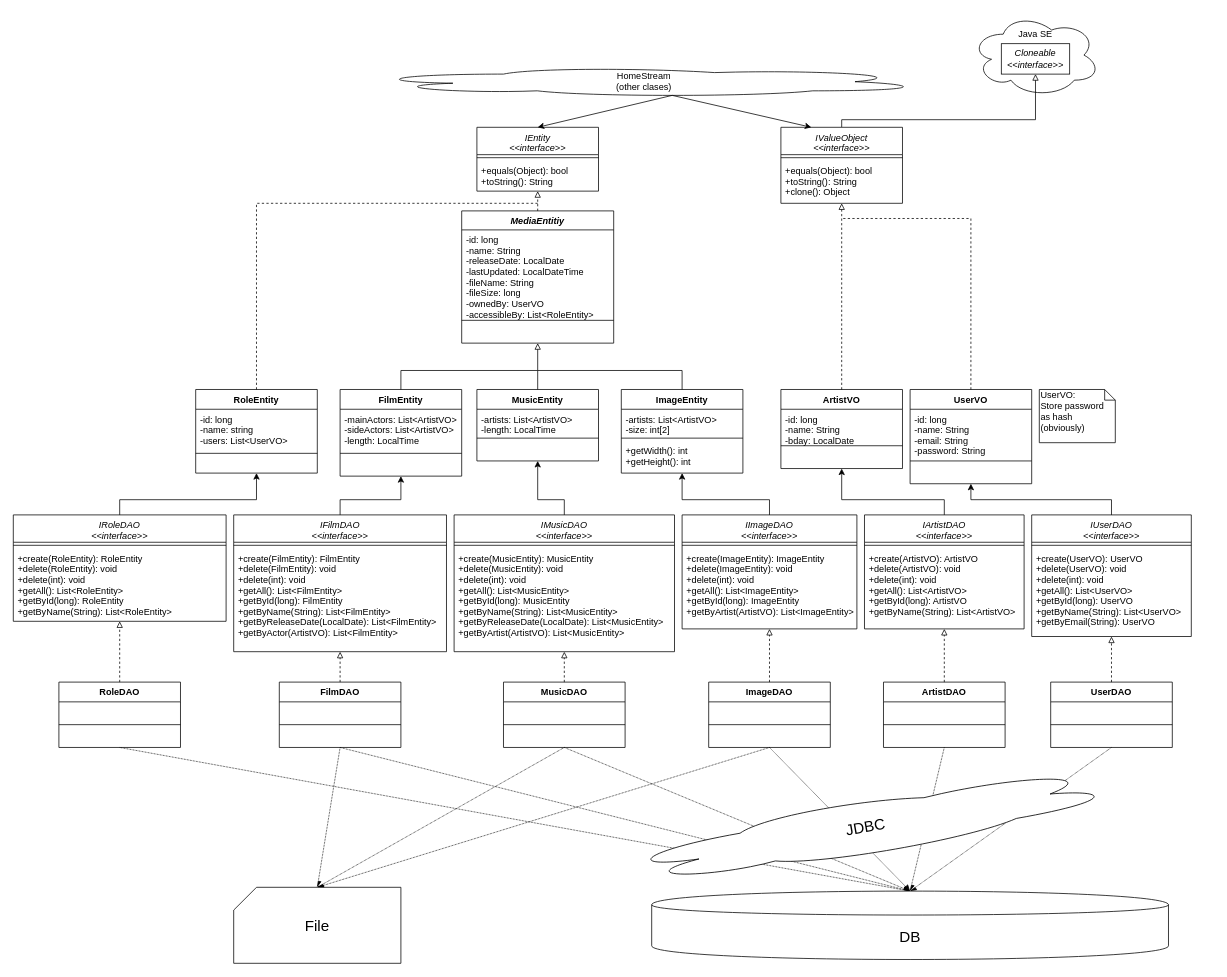
Above: tdoc/db/uml_layered_db.drawio in crashkid3000/HomeStream (draw.io), before the change. Source tidied: cells renumbered, new cells numbered last; positions are measured from the earlier drawing's top-left corner, leaving out a move shared by most shapes. Both pictures are drawn from the tidied source at 76%, with x=0, y=0 at pixel (13, 13).
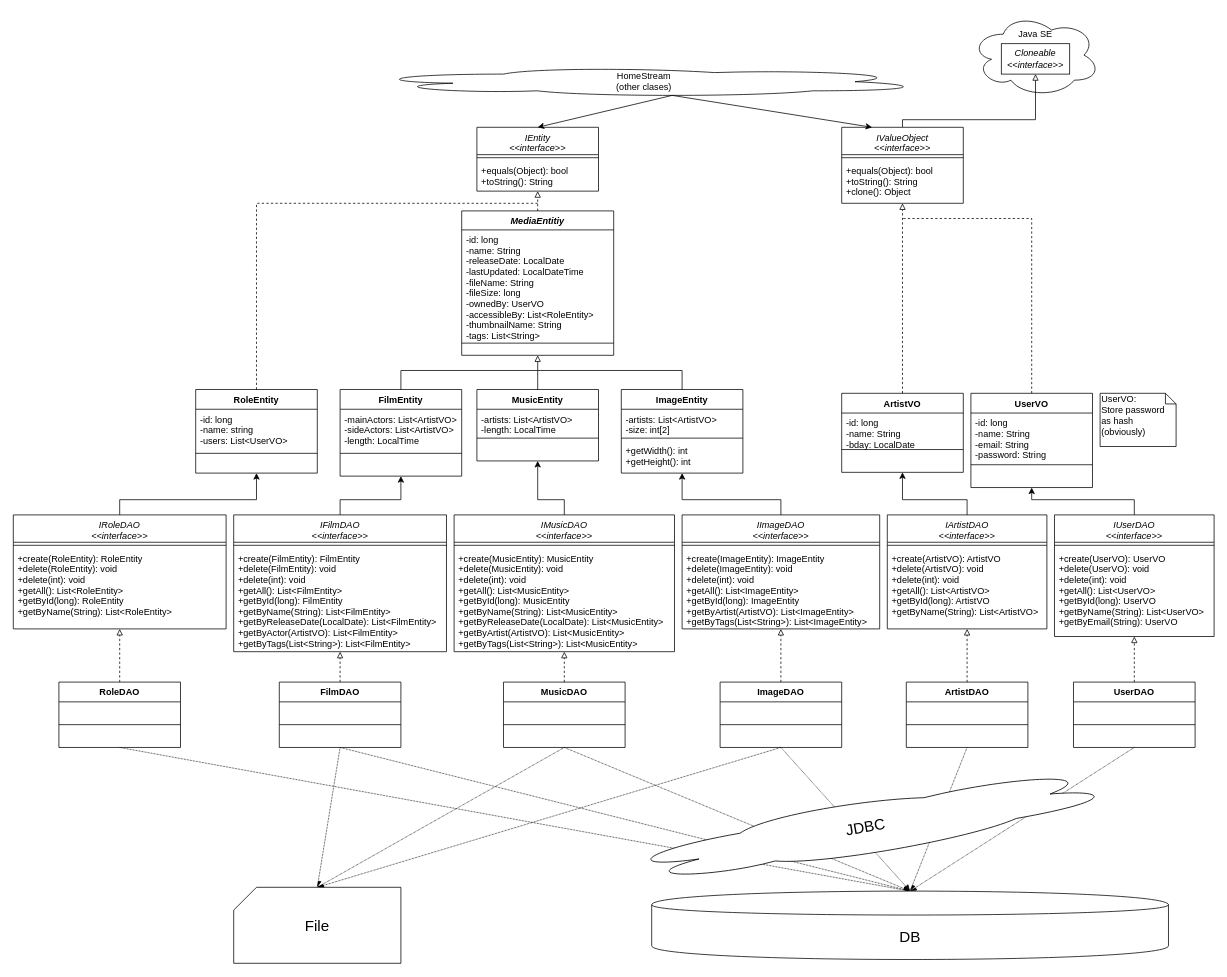
The same diagram, later.

Unchanged cells that the change refers to:
```xml
<mxCell id="8" value="&lt;div&gt;&lt;i&gt;Cloneable&lt;/i&gt;&lt;/div&gt;&lt;div&gt;&lt;i&gt;&amp;lt;&amp;lt;interface&amp;gt;&amp;gt;&lt;br&gt;&lt;/i&gt;&lt;/div&gt;" style="whiteSpace=wrap;html=1;gradientColor=none;glass=0;rounded=0;shadow=0;comic=0;" parent="1" vertex="1">
  <mxGeometry x="1300" y="40" width="90" height="40" as="geometry" />
</mxCell>
<mxCell id="31" value="ImageEntity" style="swimlane;fontStyle=1;align=center;verticalAlign=top;horizontal=1;startSize=26;rounded=0;shadow=0;glass=0;comic=0;gradientColor=none;" parent="1" vertex="1">
  <mxGeometry x="800" y="495" width="160" height="110" as="geometry" />
</mxCell>
<mxCell id="38" value="IFilmDAO&#10;&lt;&lt;interface&gt;&gt;&#10;" style="swimlane;fontStyle=2;align=center;verticalAlign=top;horizontal=1;startSize=36;rounded=0;shadow=0;glass=0;comic=0;gradientColor=none;" parent="1" vertex="1">
  <mxGeometry x="290" y="660" width="280" height="180" as="geometry" />
</mxCell>
<mxCell id="44" value="IMusicDAO&#10;&lt;&lt;interface&gt;&gt;&#10;" style="swimlane;fontStyle=2;align=center;verticalAlign=top;horizontal=1;startSize=36;rounded=0;shadow=0;glass=0;comic=0;gradientColor=none;" parent="1" vertex="1">
  <mxGeometry x="580" y="660" width="290" height="180" as="geometry" />
</mxCell>
```

Change to the diagram source:
```diff
@@
     <mxCell id="4" value="MediaEntitiy&#10;" style="swimlane;fontStyle=3;align=center;verticalAlign=top;horizontal=1;startSize=25;gradientColor=none;" parent="1" vertex="1">
-      <mxGeometry x="590" y="260" width="200" height="174" as="geometry" />
+      <mxGeometry x="590" y="260" width="200" height="190" as="geometry" />
     </mxCell>
-    <mxCell id="5" value="-id: long&#10;-name: String&#10;-releaseDate: LocalDate&#10;-lastUpdated: LocalDateTime&#10;-fileName: String&#10;-fileSize: long&#10;-ownedBy: UserVO&#10;-accessibleBy: List&lt;RoleEntity&gt;&#10;&#10;" style="text;strokeColor=none;fillColor=none;align=left;verticalAlign=top;spacingLeft=4;spacingRight=4;overflow=hidden;" parent="4" vertex="1">
-      <mxGeometry y="25" width="200" height="115" as="geometry" />
+    <mxCell id="5" value="-id: long&#10;-name: String&#10;-releaseDate: LocalDate&#10;-lastUpdated: LocalDateTime&#10;-fileName: String&#10;-fileSize: long&#10;-ownedBy: UserVO&#10;-accessibleBy: List&lt;RoleEntity&gt;&#10;-thumbnailName: String&#10;-tags: List&lt;String&gt;&#10;&#10;&#10;" style="text;strokeColor=none;fillColor=none;align=left;verticalAlign=top;spacingLeft=4;spacingRight=4;overflow=hidden;" parent="4" vertex="1">
+      <mxGeometry y="25" width="200" height="145" as="geometry" />
     </mxCell>
     <mxCell id="6" style="line;strokeWidth=1;fillColor=none;align=left;verticalAlign=middle;spacingTop=-1;spacingLeft=3;spacingRight=3;labelPosition=right;" parent="4" vertex="1">
-      <mxGeometry y="140" width="200" height="8" as="geometry" />
+      <mxGeometry y="170" width="200" height="8" as="geometry" />
     </mxCell>
     <mxCell id="7" value=" " style="text;strokeColor=none;fillColor=none;align=left;verticalAlign=top;spacingLeft=4;spacingRight=4;overflow=hidden;" parent="4" vertex="1">
-      <mxGeometry y="148" width="200" height="26" as="geometry" />
+      <mxGeometry y="178" width="200" height="12" as="geometry" />
     </mxCell>
@@
     <mxCell id="9" style="endArrow=block;html=1;entryX=0.5;entryY=1;entryDx=0;entryDy=0;exitX=0.5;exitY=0;exitDx=0;exitDy=0;rounded=0;endFill=0;" parent="1" edge="1" source="13" target="8">
       <mxGeometry relative="1" as="geometry">
         <Array as="points">
-          <mxPoint x="1090" y="140" />
+          <mxPoint x="1170" y="140" />
           <mxPoint x="1345" y="140" />
         </Array>
       </mxGeometry>
     </mxCell>
@@
     <mxCell id="13" value="IValueObject&#10;&lt;&lt;interface&gt;&gt;&#10;" style="swimlane;fontStyle=2;align=center;verticalAlign=top;horizontal=1;startSize=36;rounded=0;shadow=0;glass=0;comic=0;gradientColor=none;" parent="1" vertex="1">
-      <mxGeometry x="1010" y="150" width="160" height="100" as="geometry" />
+      <mxGeometry x="1090" y="150" width="160" height="100" as="geometry" />
     </mxCell>
@@
     <mxCell id="20" value="ArtistVO" style="swimlane;fontStyle=1;align=center;verticalAlign=top;horizontal=1;startSize=26;rounded=0;shadow=0;glass=0;comic=0;gradientColor=none;" parent="1" vertex="1">
-      <mxGeometry x="1010" y="495" width="160" height="104" as="geometry" />
+      <mxGeometry x="1090" y="500" width="160" height="104" as="geometry" />
     </mxCell>
@@
-    <mxCell id="40" value="+create(FilmEntity): FilmEntity&#10;+delete(FilmEntity): void&#10;+delete(int): void&#10;+getAll(): List&lt;FilmEntity&gt;&#10;+getById(long): FilmEntity&#10;+getByName(String): List&lt;FilmEntity&gt;&#10;+getByReleaseDate(LocalDate): List&lt;FilmEntity&gt;&#10;+getByActor(ArtistVO): List&lt;FilmEntity&gt;&#10;" style="text;strokeColor=none;fillColor=none;align=left;verticalAlign=top;spacingLeft=4;spacingRight=4;overflow=hidden;" parent="38" vertex="1">
+    <mxCell id="40" value="+create(FilmEntity): FilmEntity&#10;+delete(FilmEntity): void&#10;+delete(int): void&#10;+getAll(): List&lt;FilmEntity&gt;&#10;+getById(long): FilmEntity&#10;+getByName(String): List&lt;FilmEntity&gt;&#10;+getByReleaseDate(LocalDate): List&lt;FilmEntity&gt;&#10;+getByActor(ArtistVO): List&lt;FilmEntity&gt;&#10;+getByTags(List&lt;String&gt;): List&lt;FilmEntity&gt;&#10;&#10;" style="text;strokeColor=none;fillColor=none;align=left;verticalAlign=top;spacingLeft=4;spacingRight=4;overflow=hidden;" parent="38" vertex="1">
       <mxGeometry y="44" width="280" height="136" as="geometry" />
     </mxCell>
     <mxCell id="41" value="IImageDAO&#10;&lt;&lt;interface&gt;&gt;&#10;" style="swimlane;fontStyle=2;align=center;verticalAlign=top;horizontal=1;startSize=36;rounded=0;shadow=0;glass=0;comic=0;gradientColor=none;" parent="1" vertex="1">
-      <mxGeometry x="880" y="660" width="230" height="150" as="geometry" />
+      <mxGeometry x="880" y="660" width="260" height="150" as="geometry" />
     </mxCell>
     <mxCell id="42" style="line;strokeWidth=1;fillColor=none;align=left;verticalAlign=middle;spacingTop=-1;spacingLeft=3;spacingRight=3;labelPosition=right;" parent="41" vertex="1">
-      <mxGeometry y="36" width="230" height="8" as="geometry" />
+      <mxGeometry y="36" width="260" height="8" as="geometry" />
     </mxCell>
-    <mxCell id="43" value="+create(ImageEntity): ImageEntity&#10;+delete(ImageEntity): void&#10;+delete(int): void&#10;+getAll(): List&lt;ImageEntity&gt;&#10;+getById(long): ImageEntity&#10;+getByArtist(ArtistVO): List&lt;ImageEntity&gt;&#10;&#10;" style="text;strokeColor=none;fillColor=none;align=left;verticalAlign=top;spacingLeft=4;spacingRight=4;overflow=hidden;" parent="41" vertex="1">
-      <mxGeometry y="44" width="230" height="106" as="geometry" />
+    <mxCell id="43" value="+create(ImageEntity): ImageEntity&#10;+delete(ImageEntity): void&#10;+delete(int): void&#10;+getAll(): List&lt;ImageEntity&gt;&#10;+getById(long): ImageEntity&#10;+getByArtist(ArtistVO): List&lt;ImageEntity&gt;&#10;+getByTags(List&lt;String&gt;): List&lt;ImageEntity&gt;&#10;&#10;" style="text;strokeColor=none;fillColor=none;align=left;verticalAlign=top;spacingLeft=4;spacingRight=4;overflow=hidden;" parent="41" vertex="1">
+      <mxGeometry y="44" width="260" height="106" as="geometry" />
     </mxCell>
@@
-    <mxCell id="46" value="+create(MusicEntity): MusicEntity&#10;+delete(MusicEntity): void&#10;+delete(int): void&#10;+getAll(): List&lt;MusicEntity&gt;&#10;+getById(long): MusicEntity&#10;+getByName(String): List&lt;MusicEntity&gt;&#10;+getByReleaseDate(LocalDate): List&lt;MusicEntity&gt;&#10;+getByArtist(ArtistVO): List&lt;MusicEntity&gt;&#10; " style="text;strokeColor=none;fillColor=none;align=left;verticalAlign=top;spacingLeft=4;spacingRight=4;overflow=hidden;" parent="44" vertex="1">
+    <mxCell id="46" value="+create(MusicEntity): MusicEntity&#10;+delete(MusicEntity): void&#10;+delete(int): void&#10;+getAll(): List&lt;MusicEntity&gt;&#10;+getById(long): MusicEntity&#10;+getByName(String): List&lt;MusicEntity&gt;&#10;+getByReleaseDate(LocalDate): List&lt;MusicEntity&gt;&#10;+getByArtist(ArtistVO): List&lt;MusicEntity&gt;&#10;+getByTags(List&lt;String&gt;): List&lt;MusicEntity&gt; " style="text;strokeColor=none;fillColor=none;align=left;verticalAlign=top;spacingLeft=4;spacingRight=4;overflow=hidden;" parent="44" vertex="1">
       <mxGeometry y="44" width="290" height="136" as="geometry" />
     </mxCell>
     <mxCell id="47" value="IArtistDAO&#10;&lt;&lt;interface&gt;&gt;&#10;" style="swimlane;fontStyle=2;align=center;verticalAlign=top;horizontal=1;startSize=36;rounded=0;shadow=0;glass=0;comic=0;gradientColor=none;" parent="1" vertex="1">
-      <mxGeometry x="1120" y="660" width="210" height="150" as="geometry" />
+      <mxGeometry x="1150" y="660" width="210" height="150" as="geometry" />
     </mxCell>
@@
     <mxCell id="50" value="UserVO" style="swimlane;fontStyle=1;align=center;verticalAlign=top;horizontal=1;startSize=26;rounded=0;shadow=0;glass=0;comic=0;gradientColor=none;" parent="1" vertex="1">
-      <mxGeometry x="1180" y="495" width="160" height="124" as="geometry" />
+      <mxGeometry x="1260" y="500" width="160" height="124" as="geometry" />
     </mxCell>
@@
     <mxCell id="54" value="&lt;div&gt;UserVO:&lt;/div&gt;&lt;div&gt;Store password as hash (obviously)&lt;br&gt;&lt;/div&gt;" style="shape=note;whiteSpace=wrap;html=1;size=14;verticalAlign=top;align=left;spacingTop=-6;" parent="1" vertex="1">
-      <mxGeometry x="1350" y="495" width="100" height="70" as="geometry" />
+      <mxGeometry x="1430" y="500" width="100" height="70" as="geometry" />
     </mxCell>
     <mxCell id="55" value="IUserDAO&#10;&lt;&lt;interface&gt;&gt;&#10;" style="swimlane;fontStyle=2;align=center;verticalAlign=top;horizontal=1;startSize=36;rounded=0;shadow=0;glass=0;comic=0;gradientColor=none;" parent="1" vertex="1">
-      <mxGeometry x="1340" y="660" width="210" height="160" as="geometry" />
+      <mxGeometry x="1370" y="660" width="210" height="160" as="geometry" />
     </mxCell>
@@
     <mxCell id="63" style="endArrow=none;dashed=1;html=1;exitX=0.5;exitY=0;exitDx=0;exitDy=0;rounded=0;" parent="1" edge="1" source="50">
       <mxGeometry relative="1" as="geometry">
-        <mxPoint x="1090" y="270" as="targetPoint" />
+        <mxPoint x="1170" y="270" as="targetPoint" />
         <Array as="points">
-          <mxPoint x="1260" y="270" />
+          <mxPoint x="1340" y="270" />
         </Array>
       </mxGeometry>
     </mxCell>
     <mxCell id="64" value="IRoleDAO&#10;&lt;&lt;interface&gt;&gt;&#10;" style="swimlane;fontStyle=2;align=center;verticalAlign=top;horizontal=1;startSize=36;rounded=0;shadow=0;glass=0;comic=0;gradientColor=none;" parent="1" vertex="1">
-      <mxGeometry y="660" width="280" height="140" as="geometry" />
+      <mxGeometry y="660" width="280" height="150" as="geometry" />
     </mxCell>
@@
-    <mxCell id="66" value="+create(RoleEntity): RoleEntity&#10;+delete(RoleEntity): void&#10;+delete(int): void&#10;+getAll(): List&lt;RoleEntity&gt;&#10;+getById(long): RoleEntity&#10;+getByName(String): List&lt;RoleEntity&gt;&#10;" style="text;strokeColor=none;fillColor=none;align=left;verticalAlign=top;spacingLeft=4;spacingRight=4;overflow=hidden;" parent="64" vertex="1">
-      <mxGeometry y="44" width="280" height="96" as="geometry" />
+    <mxCell id="66" value="+create(RoleEntity): RoleEntity&#10;+delete(RoleEntity): void&#10;+delete(int): void&#10;+getAll(): List&lt;RoleEntity&gt;&#10;+getById(long): RoleEntity&#10;+getByName(String): List&lt;RoleEntity&gt;" style="text;strokeColor=none;fillColor=none;align=left;verticalAlign=top;spacingLeft=4;spacingRight=4;overflow=hidden;" parent="64" vertex="1">
+      <mxGeometry y="44" width="280" height="106" as="geometry" />
     </mxCell>
@@
     <mxCell id="70" style="endArrow=classic;html=1;entryX=0.5;entryY=1;entryDx=0;entryDy=0;exitX=0.5;exitY=0;exitDx=0;exitDy=0;rounded=0;" parent="1" edge="1" source="41" target="31">
       <mxGeometry relative="1" as="geometry">
         <Array as="points">
-          <mxPoint x="995" y="640" />
+          <mxPoint x="1010" y="640" />
           <mxPoint x="880" y="640" />
         </Array>
       </mxGeometry>
     </mxCell>
     <mxCell id="71" style="endArrow=classic;html=1;entryX=0.5;entryY=1;entryDx=0;entryDy=0;exitX=0.5;exitY=0;exitDx=0;exitDy=0;rounded=0;" parent="1" edge="1" source="47" target="20">
       <mxGeometry relative="1" as="geometry">
         <Array as="points">
-          <mxPoint x="1225" y="640" />
-          <mxPoint x="1090" y="640" />
+          <mxPoint x="1255" y="640" />
+          <mxPoint x="1170" y="640" />
         </Array>
       </mxGeometry>
     </mxCell>
     <mxCell id="72" style="endArrow=classic;html=1;entryX=0.5;entryY=1;entryDx=0;entryDy=0;exitX=0.5;exitY=0;exitDx=0;exitDy=0;rounded=0;" parent="1" edge="1" source="55" target="50">
       <mxGeometry relative="1" as="geometry">
         <Array as="points">
-          <mxPoint x="1445" y="640" />
-          <mxPoint x="1260" y="640" />
+          <mxPoint x="1475" y="640" />
+          <mxPoint x="1340" y="640" />
         </Array>
       </mxGeometry>
     </mxCell>
@@
     <mxCell id="79" value="UserDAO" style="swimlane;fontStyle=1;align=center;verticalAlign=top;horizontal=1;startSize=26;" parent="1" vertex="1">
-      <mxGeometry x="1365" y="880" width="160" height="86" as="geometry" />
+      <mxGeometry x="1395" y="880" width="160" height="86" as="geometry" />
     </mxCell>
@@
     <mxCell id="84" value="ArtistDAO" style="swimlane;fontStyle=1;align=center;verticalAlign=top;horizontal=1;startSize=26;" parent="1" vertex="1">
-      <mxGeometry x="1145" y="880" width="160" height="86" as="geometry" />
+      <mxGeometry x="1175" y="880" width="160" height="86" as="geometry" />
     </mxCell>
@@
     <mxCell id="90" value="ImageDAO" style="swimlane;fontStyle=1;align=center;verticalAlign=top;horizontal=1;startSize=26;" parent="1" vertex="1">
-      <mxGeometry x="915" y="880" width="160" height="86" as="geometry" />
+      <mxGeometry x="930" y="880" width="160" height="86" as="geometry" />
     </mxCell>
```
